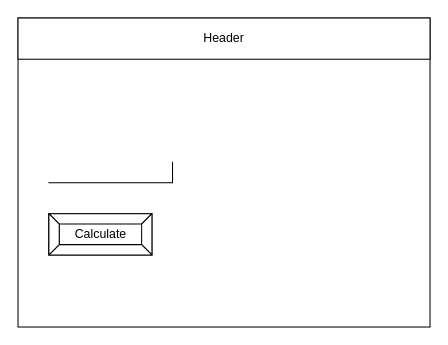
Earlier version of the draw.io diagram design/story-board.drawio (Chloe-Havel/ISC2O-Unit-3-02). Source tidied: cells renumbered, new cells numbered last; positions are measured from the earlier drawing's top-left corner, leaving out a move shared by most shapes. Both pictures are drawn from the tidied source at 103%, with x=0, y=0 at pixel (18, 18).
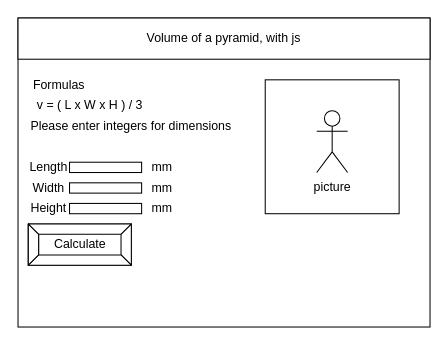
The same page after the edit.

Change to the diagram source:
```diff
@@
 <mxGraphModel>
   <root>
     <mxCell id="0" />
     <mxCell id="1" parent="0" />
     <mxCell id="2" style="rounded=0;whiteSpace=wrap;html=1;" parent="1" vertex="1">
       <mxGeometry width="400" height="300" as="geometry" />
     </mxCell>
-    <mxCell id="3" value="Header" style="rounded=0;whiteSpace=wrap;html=1;" parent="1" vertex="1">
+    <mxCell id="3" value="Volume of a pyramid, with js" style="rounded=0;whiteSpace=wrap;html=1;" parent="1" vertex="1">
       <mxGeometry width="400" height="40" as="geometry" />
     </mxCell>
-    <mxCell id="4" style="shape=partialRectangle;whiteSpace=wrap;html=1;top=0;left=0;fillColor=none;" parent="1" vertex="1">
-      <mxGeometry x="30" y="140" width="120" height="20" as="geometry" />
-    </mxCell>
     <mxCell id="5" value="Calculate" style="labelPosition=center;verticalLabelPosition=middle;align=center;html=1;shape=mxgraph.basic.button;dx=10;" parent="1" vertex="1">
-      <mxGeometry x="30" y="190" width="100" height="40" as="geometry" />
+      <mxGeometry x="10" y="200" width="100" height="40" as="geometry" />
     </mxCell>
+    <mxCell id="6" value="Formulas" style="text;html=1;strokeColor=none;fillColor=none;align=center;verticalAlign=middle;whiteSpace=wrap;rounded=0;" parent="1" vertex="1">
+      <mxGeometry x="10" y="50" width="60" height="30" as="geometry" />
+    </mxCell>
+    <mxCell id="7" value="v = ( L x W x H ) / 3" style="text;html=1;strokeColor=none;fillColor=none;align=center;verticalAlign=middle;whiteSpace=wrap;rounded=0;" parent="1" vertex="1">
+      <mxGeometry x="10" y="70" width="120" height="30" as="geometry" />
+    </mxCell>
+    <mxCell id="8" value="Please enter integers for dimensions" style="text;html=1;strokeColor=none;fillColor=none;align=center;verticalAlign=middle;whiteSpace=wrap;rounded=0;" parent="1" vertex="1">
+      <mxGeometry x="10" y="90" width="200" height="30" as="geometry" />
+    </mxCell>
+    <mxCell id="9" value="Length" style="text;html=1;strokeColor=none;fillColor=none;align=center;verticalAlign=middle;whiteSpace=wrap;rounded=0;" parent="1" vertex="1">
+      <mxGeometry y="130" width="60" height="30" as="geometry" />
+    </mxCell>
+    <mxCell id="10" value="Width" style="text;html=1;strokeColor=none;fillColor=none;align=center;verticalAlign=middle;whiteSpace=wrap;rounded=0;" parent="1" vertex="1">
+      <mxGeometry y="150" width="60" height="30" as="geometry" />
+    </mxCell>
+    <mxCell id="11" value="Height" style="text;html=1;strokeColor=none;fillColor=none;align=center;verticalAlign=middle;whiteSpace=wrap;rounded=0;" parent="1" vertex="1">
+      <mxGeometry y="170" width="60" height="30" as="geometry" />
+    </mxCell>
+    <mxCell id="12" style="rounded=0;whiteSpace=wrap;html=1;" parent="1" vertex="1">
+      <mxGeometry x="50" y="140" width="70" height="10" as="geometry" />
+    </mxCell>
+    <mxCell id="13" style="rounded=0;whiteSpace=wrap;html=1;" parent="1" vertex="1">
+      <mxGeometry x="50" y="160" width="70" height="10" as="geometry" />
+    </mxCell>
+    <mxCell id="14" style="rounded=0;whiteSpace=wrap;html=1;" parent="1" vertex="1">
+      <mxGeometry x="50" y="180" width="70" height="10" as="geometry" />
+    </mxCell>
+    <mxCell id="15" value="mm" style="text;html=1;strokeColor=none;fillColor=none;align=center;verticalAlign=middle;whiteSpace=wrap;rounded=0;" parent="1" vertex="1">
+      <mxGeometry x="110" y="130" width="60" height="30" as="geometry" />
+    </mxCell>
+    <mxCell id="16" value="mm" style="text;html=1;strokeColor=none;fillColor=none;align=center;verticalAlign=middle;whiteSpace=wrap;rounded=0;" parent="1" vertex="1">
+      <mxGeometry x="110" y="150" width="60" height="30" as="geometry" />
+    </mxCell>
+    <mxCell id="17" value="mm" style="text;html=1;strokeColor=none;fillColor=none;align=center;verticalAlign=middle;whiteSpace=wrap;rounded=0;" parent="1" vertex="1">
+      <mxGeometry x="110" y="170" width="60" height="30" as="geometry" />
+    </mxCell>
+    <mxCell id="18" style="whiteSpace=wrap;html=1;" parent="1" vertex="1">
+      <mxGeometry x="240" y="60" width="130" height="130" as="geometry" />
+    </mxCell>
+    <mxCell id="19" value="picture" style="shape=umlActor;verticalLabelPosition=bottom;verticalAlign=top;html=1;" parent="1" vertex="1">
+      <mxGeometry x="290" y="90" width="30" height="60" as="geometry" />
+    </mxCell>
   </root>
 </mxGraphModel>
```
